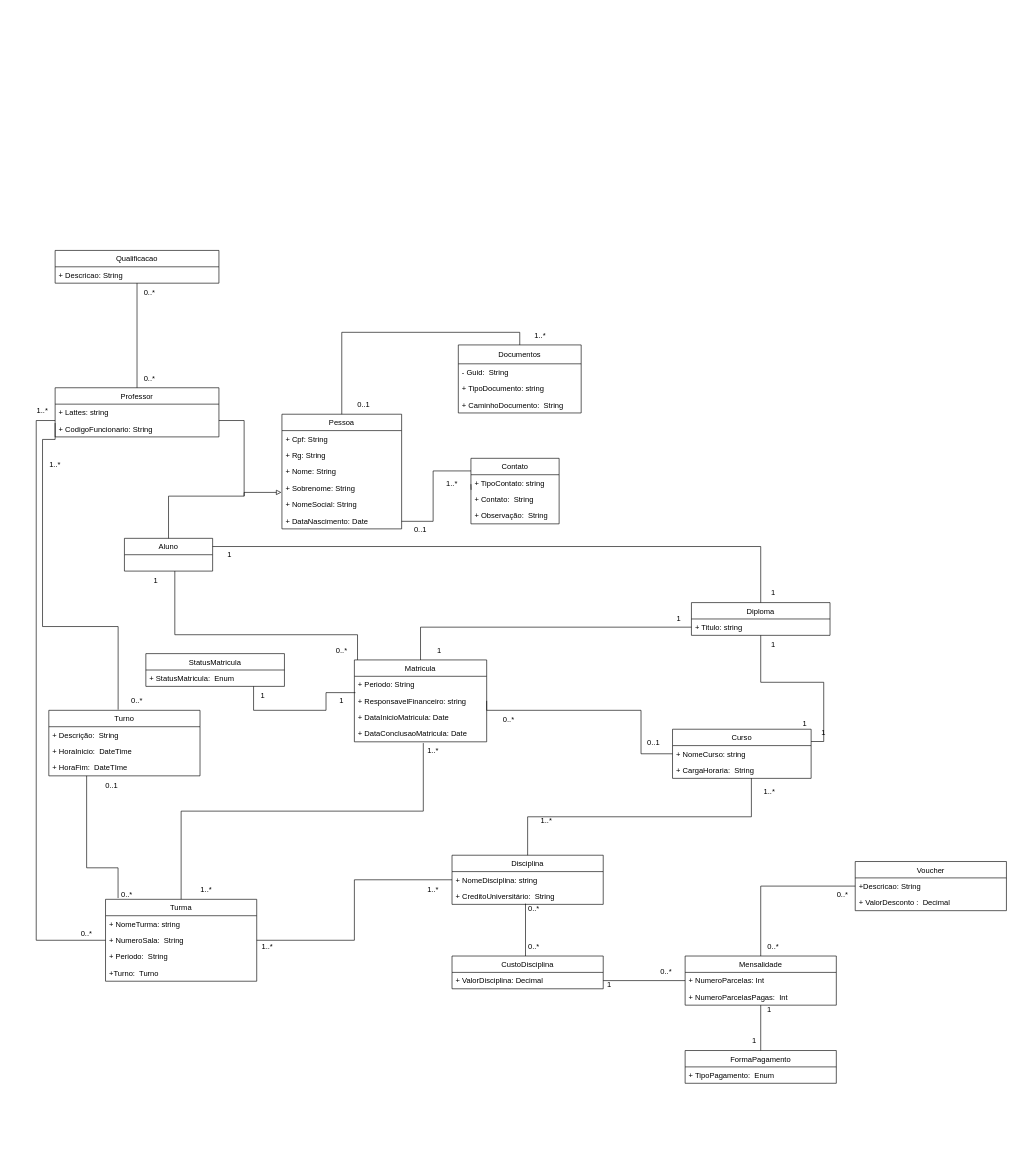
Earlier version of the draw.io diagram page "Page-2" (2 of 2) of CasoDeUso/Diagrama de caso de uso.drawio (EAbeier/Analise-e-Modelagem-de-Sistemas). Source tidied: cells renumbered, new cells numbered last; positions are measured from the earlier drawing's top-left corner, leaving out a move shared by most shapes. Both pictures are drawn from the tidied source at 63%, with x=0, y=0 at pixel (23, 250).
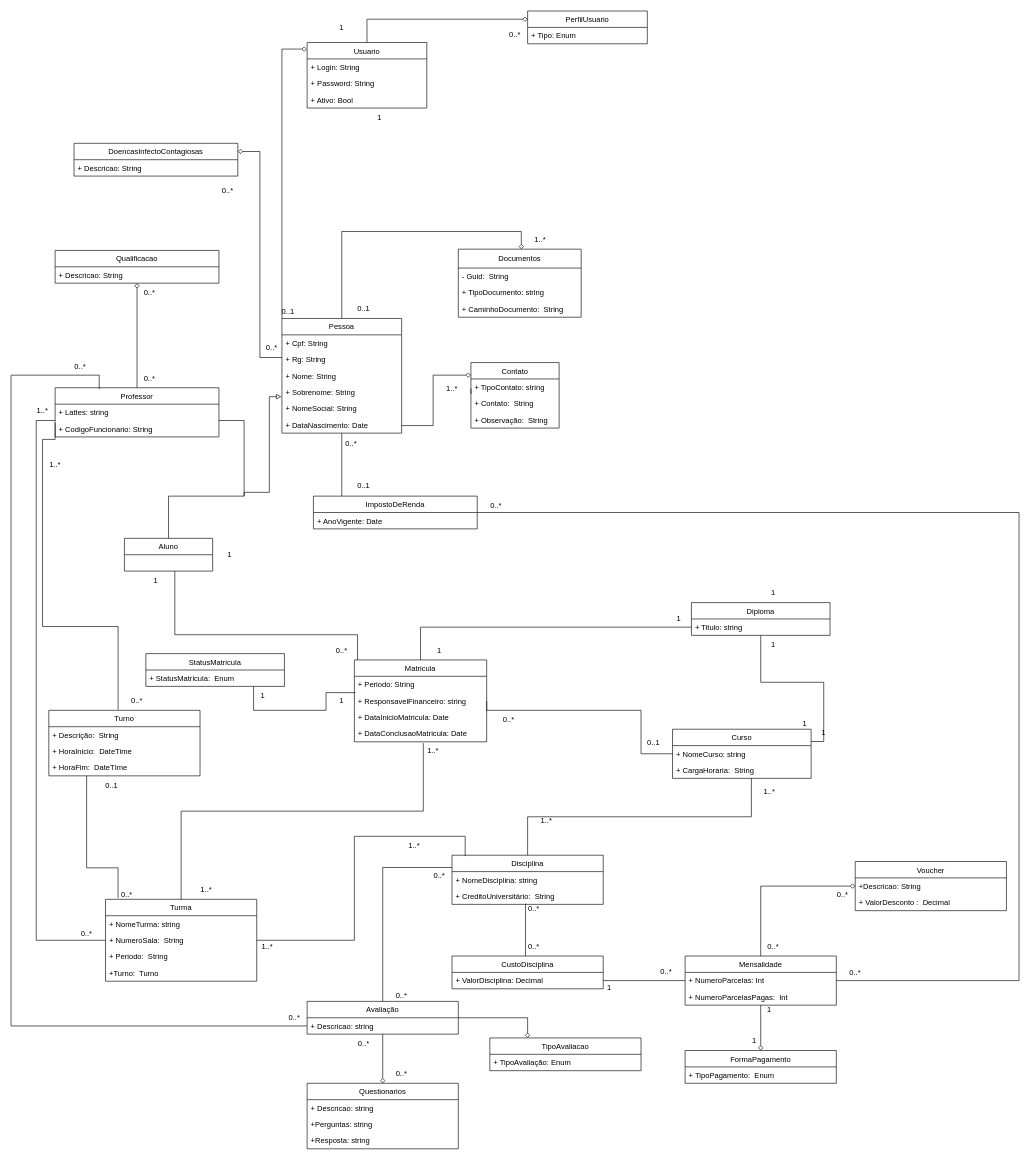
The same diagram, later.

Unchanged cells that the change refers to:
```xml
<mxCell id="7" value="+ Sobrenome: String" style="text;strokeColor=none;fillColor=none;align=left;verticalAlign=top;spacingLeft=4;spacingRight=4;overflow=hidden;points=[[0,0.5],[1,0.5]];portConstraint=eastwest;" parent="3" vertex="1">
  <mxGeometry y="104" width="190" height="26" as="geometry" />
</mxCell>
<mxCell id="11" value="Aluno" style="swimlane;fontStyle=0;horizontal=1;startSize=26;fillColor=none;" parent="1" vertex="1">
  <mxGeometry x="160" y="457" width="140" height="52" as="geometry" />
</mxCell>
<mxCell id="15" value="Professor" style="swimlane;fontStyle=0;horizontal=1;startSize=26;fillColor=none;" parent="1" vertex="1">
  <mxGeometry x="50" y="218" width="260" height="78" as="geometry" />
</mxCell>
<mxCell id="39" value="Disciplina" style="swimlane;fontStyle=0;horizontal=1;startSize=26;fillColor=none;" parent="1" vertex="1">
  <mxGeometry x="680" y="960" width="240" height="78" as="geometry" />
</mxCell>
<mxCell id="43" value="Turma" style="swimlane;fontStyle=0;horizontal=1;startSize=26;fillColor=none;" parent="1" vertex="1">
  <mxGeometry x="130" y="1030" width="240" height="130" as="geometry" />
</mxCell>
<mxCell id="82" value="Mensalidade" style="swimlane;fontStyle=0;horizontal=1;startSize=26;fillColor=none;" parent="1" vertex="1">
  <mxGeometry x="1050" y="1120" width="240" height="78" as="geometry" />
</mxCell>
<mxCell id="88" value="FormaPagamento" style="swimlane;fontStyle=0;horizontal=1;startSize=26;fillColor=none;" parent="1" vertex="1">
  <mxGeometry x="1050" y="1270" width="240" height="52" as="geometry" />
</mxCell>
<mxCell id="92" value="Qualificacao" style="swimlane;fontStyle=0;horizontal=1;startSize=26;fillColor=none;" parent="1" vertex="1">
  <mxGeometry x="50" width="260" height="52" as="geometry" />
</mxCell>
<mxCell id="97" value="+Descricao: String" style="text;strokeColor=none;fillColor=none;align=left;verticalAlign=top;spacingLeft=4;spacingRight=4;overflow=hidden;points=[[0,0.5],[1,0.5]];portConstraint=eastwest;" parent="96" vertex="1">
  <mxGeometry y="26" width="240" height="26" as="geometry" />
</mxCell>
<mxCell id="103" value="Diploma" style="swimlane;fontStyle=0;horizontal=1;startSize=26;fillColor=none;" parent="1" vertex="1">
  <mxGeometry x="1060" y="559" width="220" height="52" as="geometry" />
</mxCell>
```

The edit, as a diff of the source:
```diff
@@
+    <mxCell id="118" style="edgeStyle=orthogonalEdgeStyle;rounded=0;jettySize=auto;html=1;endArrow=none;endFill=0;" parent="1" edge="1" source="3" target="145">
+      <mxGeometry relative="1" as="geometry">
+        <Array as="points">
+          <mxPoint x="505" y="380" />
+          <mxPoint x="505" y="380" />
+        </Array>
+      </mxGeometry>
+    </mxCell>
+    <mxCell id="119" style="edgeStyle=orthogonalEdgeStyle;rounded=0;jettySize=auto;html=1;entryX=0;entryY=1;entryDx=0;entryDy=0;endArrow=diamond;endFill=0;" parent="1" edge="1" source="3" target="68">
+      <mxGeometry relative="1" as="geometry">
+        <Array as="points">
+          <mxPoint x="505" y="-30" />
+          <mxPoint x="790" y="-30" />
+        </Array>
+      </mxGeometry>
+    </mxCell>
+    <mxCell id="120" style="edgeStyle=orthogonalEdgeStyle;rounded=0;jettySize=auto;html=1;entryX=1;entryY=0.25;entryDx=0;entryDy=0;endArrow=diamond;endFill=0;" parent="1" edge="1" source="3" target="140">
+      <mxGeometry relative="1" as="geometry">
+        <Array as="points">
+          <mxPoint x="375" y="170" />
+          <mxPoint x="375" y="-157" />
+        </Array>
+      </mxGeometry>
+    </mxCell>
+    <mxCell id="121" style="edgeStyle=orthogonalEdgeStyle;rounded=0;jettySize=auto;html=1;entryX=-0.002;entryY=0.1;entryDx=0;entryDy=0;entryPerimeter=0;endArrow=diamond;endFill=0;" parent="1" edge="1" source="3" target="151">
+      <mxGeometry relative="1" as="geometry">
+        <Array as="points">
+          <mxPoint x="410" y="-320" />
+          <mxPoint x="450" y="-320" />
+        </Array>
+      </mxGeometry>
+    </mxCell>
     <mxCell id="3" value="Pessoa" style="swimlane;fontStyle=0;horizontal=1;startSize=26;fillColor=none;" parent="1" vertex="1">
-      <mxGeometry x="410" y="260" width="190" height="182" as="geometry" />
+      <mxGeometry x="410" y="108" width="190" height="182" as="geometry" />
     </mxCell>
@@
     <mxCell id="10" style="edgeStyle=orthogonalEdgeStyle;rounded=0;jettySize=auto;html=1;exitX=0.5;exitY=0;exitDx=0;exitDy=0;endArrow=block;endFill=0;entryX=-0.004;entryY=0.773;entryDx=0;entryDy=0;entryPerimeter=0;" parent="1" edge="1" source="11" target="7">
       <mxGeometry relative="1" as="geometry">
         <Array as="points">
+          <mxPoint x="230" y="390" />
           <mxPoint x="350" y="390" />
           <mxPoint x="350" y="384" />
+          <mxPoint x="390" y="384" />
+          <mxPoint x="390" y="232" />
         </Array>
       </mxGeometry>
     </mxCell>
@@
-    <mxCell id="14" style="edgeStyle=orthogonalEdgeStyle;rounded=0;jettySize=auto;html=1;endArrow=none;endFill=0;" parent="1" edge="1" source="15" target="92">
+    <mxCell id="14" style="edgeStyle=orthogonalEdgeStyle;rounded=0;jettySize=auto;html=1;endArrow=diamond;endFill=0;" parent="1" edge="1" source="15" target="92">
       <mxGeometry relative="1" as="geometry" />
     </mxCell>
@@
     <mxCell id="18" value="Contato" style="swimlane;fontStyle=0;horizontal=1;startSize=26;fillColor=none;" parent="1" vertex="1">
-      <mxGeometry x="710" y="330" width="140" height="104" as="geometry" />
+      <mxGeometry x="710" y="178" width="140" height="104" as="geometry" />
     </mxCell>
@@
-    <mxCell id="22" style="edgeStyle=orthogonalEdgeStyle;rounded=0;jettySize=auto;html=1;startArrow=none;startFill=0;endArrow=none;endFill=0;exitX=0.5;exitY=0;exitDx=0;exitDy=0;" parent="1" edge="1" source="23" target="3">
-      <mxGeometry relative="1" as="geometry" />
-    </mxCell>
     <mxCell id="23" value="Documentos" style="swimlane;fontStyle=0;horizontal=1;startSize=30;fillColor=none;" parent="1" vertex="1">
-      <mxGeometry x="690" y="150" width="195" height="108" as="geometry" />
+      <mxGeometry x="690" y="-2" width="195" height="108" as="geometry" />
     </mxCell>
@@
-    <mxCell id="42" style="edgeStyle=orthogonalEdgeStyle;rounded=0;jettySize=auto;html=1;endArrow=none;endFill=0;" parent="1" edge="1" source="43" target="39">
-      <mxGeometry relative="1" as="geometry" />
+    <mxCell id="42" style="edgeStyle=orthogonalEdgeStyle;rounded=0;jettySize=auto;html=1;endArrow=none;endFill=0;entryX=0.087;entryY=0.019;entryDx=0;entryDy=0;entryPerimeter=0;" parent="1" edge="1" source="43" target="39">
+      <mxGeometry relative="1" as="geometry">
+        <Array as="points">
+          <mxPoint x="525" y="1095" />
+          <mxPoint x="525" y="930" />
+          <mxPoint x="701" y="930" />
+        </Array>
+      </mxGeometry>
     </mxCell>
@@
     <mxCell id="55" value="1..*" style="text;html=1;strokeColor=none;fillColor=none;align=center;verticalAlign=middle;whiteSpace=wrap;rounded=0;" parent="1" vertex="1">
-      <mxGeometry x="620" y="1000" width="60" height="30" as="geometry" />
+      <mxGeometry x="590" y="930" width="60" height="30" as="geometry" />
     </mxCell>
@@
     <mxCell id="67" value="0..1" style="text;html=1;strokeColor=none;fillColor=none;align=center;verticalAlign=middle;whiteSpace=wrap;rounded=0;" parent="1" vertex="1">
-      <mxGeometry x="600" y="427" width="60" height="33" as="geometry" />
+      <mxGeometry x="510" y="357" width="60" height="33" as="geometry" />
     </mxCell>
     <mxCell id="68" value="1..*" style="text;html=1;strokeColor=none;fillColor=none;align=center;verticalAlign=middle;whiteSpace=wrap;rounded=0;" parent="1" vertex="1">
-      <mxGeometry x="790" y="120" width="60" height="30" as="geometry" />
+      <mxGeometry x="790" y="-32" width="60" height="30" as="geometry" />
     </mxCell>
     <mxCell id="69" value="0..1" style="text;html=1;strokeColor=none;fillColor=none;align=center;verticalAlign=middle;whiteSpace=wrap;rounded=0;" parent="1" vertex="1">
-      <mxGeometry x="510" y="230" width="60" height="30" as="geometry" />
+      <mxGeometry x="510" y="78" width="60" height="30" as="geometry" />
     </mxCell>
     <mxCell id="70" value="1..*" style="text;html=1;strokeColor=none;fillColor=none;align=center;verticalAlign=middle;whiteSpace=wrap;rounded=0;" parent="1" vertex="1">
-      <mxGeometry x="650" y="356" width="60" height="30" as="geometry" />
+      <mxGeometry x="650" y="204" width="60" height="30" as="geometry" />
     </mxCell>
-    <mxCell id="71" style="edgeStyle=orthogonalEdgeStyle;rounded=0;jettySize=auto;html=1;startArrow=none;startFill=0;endArrow=none;endFill=0;" parent="1" edge="1" source="3" target="18">
+    <mxCell id="71" style="edgeStyle=orthogonalEdgeStyle;rounded=0;jettySize=auto;html=1;startArrow=none;startFill=0;endArrow=diamond;endFill=0;" parent="1" edge="1" source="3" target="18">
       <mxGeometry relative="1" as="geometry">
         <Array as="points">
-          <mxPoint x="650" y="430" />
-          <mxPoint x="650" y="350" />
+          <mxPoint x="650" y="278" />
+          <mxPoint x="650" y="198" />
         </Array>
       </mxGeometry>
     </mxCell>
@@
-    <mxCell id="80" style="edgeStyle=orthogonalEdgeStyle;rounded=0;jettySize=auto;html=1;entryX=0.5;entryY=0;entryDx=0;entryDy=0;endArrow=none;endFill=0;" parent="1" edge="1" source="82" target="88">
+    <mxCell id="80" style="edgeStyle=orthogonalEdgeStyle;rounded=0;jettySize=auto;html=1;entryX=0.5;entryY=0;entryDx=0;entryDy=0;endArrow=diamond;endFill=0;" parent="1" edge="1" source="82" target="88">
       <mxGeometry relative="1" as="geometry" />
     </mxCell>
-    <mxCell id="81" style="edgeStyle=orthogonalEdgeStyle;rounded=0;jettySize=auto;html=1;endArrow=none;endFill=0;" parent="1" edge="1" source="82" target="97">
+    <mxCell id="81" style="edgeStyle=orthogonalEdgeStyle;rounded=0;jettySize=auto;html=1;endArrow=diamond;endFill=0;" parent="1" edge="1" source="82" target="97">
       <mxGeometry relative="1" as="geometry" />
     </mxCell>
@@
     <mxCell id="87" value="1" style="text;html=1;strokeColor=none;fillColor=none;align=center;verticalAlign=middle;whiteSpace=wrap;rounded=0;" parent="1" vertex="1">
-      <mxGeometry x="900" y="1150" width="60" height="30" as="geometry" />
+      <mxGeometry x="900" y="1155" width="60" height="30" as="geometry" />
     </mxCell>
@@
-    <mxCell id="102" style="edgeStyle=orthogonalEdgeStyle;rounded=0;jettySize=auto;html=1;endArrow=none;endFill=0;entryX=1;entryY=0.25;entryDx=0;entryDy=0;" parent="1" edge="1" source="103" target="11">
-      <mxGeometry relative="1" as="geometry">
-        <Array as="points">
-          <mxPoint x="1170" y="470" />
-        </Array>
-      </mxGeometry>
-    </mxCell>
@@
+    <mxCell id="122" style="edgeStyle=orthogonalEdgeStyle;rounded=0;jettySize=auto;html=1;entryX=0;entryY=0.25;entryDx=0;entryDy=0;endArrow=none;endFill=0;" parent="1" edge="1" source="125" target="39">
+      <mxGeometry relative="1" as="geometry" />
+    </mxCell>
+    <mxCell id="123" style="edgeStyle=orthogonalEdgeStyle;rounded=0;jettySize=auto;html=1;endArrow=diamond;endFill=0;" parent="1" edge="1" source="125" target="129">
+      <mxGeometry relative="1" as="geometry" />
+    </mxCell>
+    <mxCell id="124" style="edgeStyle=orthogonalEdgeStyle;rounded=0;jettySize=auto;html=1;endArrow=diamond;endFill=0;entryX=0.25;entryY=0;entryDx=0;entryDy=0;" parent="1" edge="1" source="125" target="133">
+      <mxGeometry relative="1" as="geometry" />
+    </mxCell>
+    <mxCell id="125" value="Avaliação" style="swimlane;fontStyle=0;horizontal=1;startSize=26;fillColor=none;" parent="1" vertex="1">
+      <mxGeometry x="450" y="1192" width="240" height="52" as="geometry" />
+    </mxCell>
+    <mxCell id="126" value="+ Descricao: string" style="text;strokeColor=none;fillColor=none;align=left;verticalAlign=top;spacingLeft=4;spacingRight=4;overflow=hidden;points=[[0,0.5],[1,0.5]];portConstraint=eastwest;" parent="125" vertex="1">
+      <mxGeometry y="26" width="240" height="26" as="geometry" />
+    </mxCell>
+    <mxCell id="127" value="0..*" style="text;html=1;strokeColor=none;fillColor=none;align=center;verticalAlign=middle;whiteSpace=wrap;rounded=0;" parent="1" vertex="1">
+      <mxGeometry x="630" y="978" width="60" height="30" as="geometry" />
+    </mxCell>
+    <mxCell id="128" value="0..*" style="text;html=1;strokeColor=none;fillColor=none;align=center;verticalAlign=middle;whiteSpace=wrap;rounded=0;" parent="1" vertex="1">
+      <mxGeometry x="570" y="1168" width="60" height="30" as="geometry" />
+    </mxCell>
+    <mxCell id="129" value="Questionarios" style="swimlane;fontStyle=0;horizontal=1;startSize=26;fillColor=none;" parent="1" vertex="1">
+      <mxGeometry x="450" y="1322" width="240" height="104" as="geometry" />
+    </mxCell>
+    <mxCell id="130" value="+ Descricao: string" style="text;strokeColor=none;fillColor=none;align=left;verticalAlign=top;spacingLeft=4;spacingRight=4;overflow=hidden;" parent="129" vertex="1">
+      <mxGeometry y="26" width="240" height="26" as="geometry" />
+    </mxCell>
+    <mxCell id="131" value="+Perguntas: string" style="text;strokeColor=none;fillColor=none;align=left;verticalAlign=top;spacingLeft=4;spacingRight=4;overflow=hidden;" parent="129" vertex="1">
+      <mxGeometry y="52" width="240" height="26" as="geometry" />
+    </mxCell>
+    <mxCell id="132" value="+Resposta: string" style="text;strokeColor=none;fillColor=none;align=left;verticalAlign=top;spacingLeft=4;spacingRight=4;overflow=hidden;" parent="129" vertex="1">
+      <mxGeometry y="78" width="240" height="26" as="geometry" />
+    </mxCell>
+    <mxCell id="133" value="TipoAvaliacao" style="swimlane;fontStyle=0;horizontal=1;startSize=26;fillColor=none;" parent="1" vertex="1">
+      <mxGeometry x="740" y="1250" width="240" height="52" as="geometry" />
+    </mxCell>
+    <mxCell id="134" value="+ TipoAvaliação: Enum" style="text;strokeColor=none;fillColor=none;align=left;verticalAlign=top;spacingLeft=4;spacingRight=4;overflow=hidden;" parent="133" vertex="1">
+      <mxGeometry y="26" width="240" height="26" as="geometry" />
+    </mxCell>
+    <mxCell id="135" value="0..*" style="text;html=1;strokeColor=none;fillColor=none;align=center;verticalAlign=middle;whiteSpace=wrap;rounded=0;" parent="1" vertex="1">
+      <mxGeometry x="570" y="1292" width="60" height="30" as="geometry" />
+    </mxCell>
+    <mxCell id="136" value="0..*" style="text;html=1;strokeColor=none;fillColor=none;align=center;verticalAlign=middle;whiteSpace=wrap;rounded=0;" parent="1" vertex="1">
+      <mxGeometry x="510" y="1244" width="60" height="30" as="geometry" />
+    </mxCell>
+    <mxCell id="137" value="0..*" style="text;html=1;strokeColor=none;fillColor=none;align=center;verticalAlign=middle;whiteSpace=wrap;rounded=0;" parent="1" vertex="1">
+      <mxGeometry x="400" y="1203" width="60" height="30" as="geometry" />
+    </mxCell>
+    <mxCell id="138" value="0..*" style="text;html=1;strokeColor=none;fillColor=none;align=center;verticalAlign=middle;whiteSpace=wrap;rounded=0;" parent="1" vertex="1">
+      <mxGeometry x="60" y="170" width="60" height="30" as="geometry" />
+    </mxCell>
+    <mxCell id="139" style="edgeStyle=orthogonalEdgeStyle;rounded=0;jettySize=auto;html=1;endArrow=none;endFill=0;" parent="1" edge="1" source="126">
+      <mxGeometry relative="1" as="geometry">
+        <mxPoint x="120" y="220" as="targetPoint" />
+        <Array as="points">
+          <mxPoint x="-20" y="1231" />
+          <mxPoint x="-20" y="198" />
+        </Array>
+      </mxGeometry>
+    </mxCell>
+    <mxCell id="140" value="DoencasInfectoContagiosas" style="swimlane;fontStyle=0;horizontal=1;startSize=26;fillColor=none;" parent="1" vertex="1">
+      <mxGeometry x="80" y="-170" width="260" height="52" as="geometry" />
+    </mxCell>
+    <mxCell id="141" value="+ Descricao: String" style="text;strokeColor=none;fillColor=none;align=left;verticalAlign=top;spacingLeft=4;spacingRight=4;overflow=hidden;" parent="140" vertex="1">
+      <mxGeometry y="26" width="260" height="26" as="geometry" />
+    </mxCell>
+    <mxCell id="142" value="0..*" style="text;html=1;strokeColor=none;fillColor=none;align=center;verticalAlign=middle;whiteSpace=wrap;rounded=0;" parent="1" vertex="1">
+      <mxGeometry x="364" y="140" width="60" height="30" as="geometry" />
+    </mxCell>
+    <mxCell id="143" value="0..*" style="text;html=1;strokeColor=none;fillColor=none;align=center;verticalAlign=middle;whiteSpace=wrap;rounded=0;" parent="1" vertex="1">
+      <mxGeometry x="294" y="-110" width="60" height="30" as="geometry" />
+    </mxCell>
+    <mxCell id="144" style="edgeStyle=orthogonalEdgeStyle;rounded=0;jettySize=auto;html=1;endArrow=none;endFill=0;" parent="1" edge="1" source="145" target="82">
+      <mxGeometry relative="1" as="geometry">
+        <Array as="points">
+          <mxPoint x="1580" y="416" />
+          <mxPoint x="1580" y="1159" />
+        </Array>
+      </mxGeometry>
+    </mxCell>
+    <mxCell id="145" value="ImpostoDeRenda" style="swimlane;fontStyle=0;horizontal=1;startSize=26;fillColor=none;" parent="1" vertex="1">
+      <mxGeometry x="460" y="390" width="260" height="52" as="geometry" />
+    </mxCell>
+    <mxCell id="146" value="+ AnoVigente: Date" style="text;strokeColor=none;fillColor=none;align=left;verticalAlign=top;spacingLeft=4;spacingRight=4;overflow=hidden;" parent="145" vertex="1">
+      <mxGeometry y="26" width="260" height="26" as="geometry" />
+    </mxCell>
+    <mxCell id="147" value="0..*" style="text;html=1;strokeColor=none;fillColor=none;align=center;verticalAlign=middle;whiteSpace=wrap;rounded=0;" parent="1" vertex="1">
+      <mxGeometry x="490" y="290" width="60" height="33" as="geometry" />
+    </mxCell>
+    <mxCell id="148" value="0..*" style="text;html=1;strokeColor=none;fillColor=none;align=center;verticalAlign=middle;whiteSpace=wrap;rounded=0;" parent="1" vertex="1">
+      <mxGeometry x="720" y="390" width="60" height="30" as="geometry" />
+    </mxCell>
+    <mxCell id="149" value="0..*" style="text;html=1;strokeColor=none;fillColor=none;align=center;verticalAlign=middle;whiteSpace=wrap;rounded=0;" parent="1" vertex="1">
+      <mxGeometry x="1290" y="1131" width="60" height="30" as="geometry" />
+    </mxCell>
+    <mxCell id="150" style="edgeStyle=orthogonalEdgeStyle;rounded=0;jettySize=auto;html=1;entryX=0;entryY=0.25;entryDx=0;entryDy=0;endArrow=diamond;endFill=0;" parent="1" edge="1" source="151" target="157">
+      <mxGeometry relative="1" as="geometry">
+        <Array as="points">
+          <mxPoint x="545" y="-367" />
+        </Array>
+      </mxGeometry>
+    </mxCell>
+    <mxCell id="151" value="Usuario" style="swimlane;fontStyle=0;horizontal=1;startSize=26;fillColor=none;" parent="1" vertex="1">
+      <mxGeometry x="450" y="-330" width="190" height="104" as="geometry" />
+    </mxCell>
+    <mxCell id="152" value="+ Login: String" style="text;strokeColor=none;fillColor=none;align=left;verticalAlign=top;spacingLeft=4;spacingRight=4;overflow=hidden;" parent="151" vertex="1">
+      <mxGeometry y="26" width="190" height="26" as="geometry" />
+    </mxCell>
+    <mxCell id="153" value="+ Password: String" style="text;strokeColor=none;fillColor=none;align=left;verticalAlign=top;spacingLeft=4;spacingRight=4;overflow=hidden;" parent="151" vertex="1">
+      <mxGeometry y="52" width="190" height="26" as="geometry" />
+    </mxCell>
+    <mxCell id="154" value="+ Ativo: Bool" style="text;strokeColor=none;fillColor=none;align=left;verticalAlign=top;spacingLeft=4;spacingRight=4;overflow=hidden;" parent="151" vertex="1">
+      <mxGeometry y="78" width="190" height="26" as="geometry" />
+    </mxCell>
+    <mxCell id="155" value="0..1" style="text;html=1;strokeColor=none;fillColor=none;align=center;verticalAlign=middle;whiteSpace=wrap;rounded=0;" parent="1" vertex="1">
+      <mxGeometry x="390" y="82" width="60" height="30" as="geometry" />
+    </mxCell>
+    <mxCell id="156" value="1" style="text;html=1;strokeColor=none;fillColor=none;align=center;verticalAlign=middle;whiteSpace=wrap;rounded=0;" parent="1" vertex="1">
+      <mxGeometry x="535" y="-226" width="60" height="30" as="geometry" />
+    </mxCell>
+    <mxCell id="157" value="PerfilUsuario" style="swimlane;fontStyle=0;horizontal=1;startSize=26;fillColor=none;" parent="1" vertex="1">
+      <mxGeometry x="800" y="-380" width="190" height="52" as="geometry" />
+    </mxCell>
+    <mxCell id="158" value="+ Tipo: Enum" style="text;strokeColor=none;fillColor=none;align=left;verticalAlign=top;spacingLeft=4;spacingRight=4;overflow=hidden;" parent="157" vertex="1">
+      <mxGeometry y="26" width="190" height="26" as="geometry" />
+    </mxCell>
+    <mxCell id="159" value="1" style="text;html=1;strokeColor=none;fillColor=none;align=center;verticalAlign=middle;whiteSpace=wrap;rounded=0;" parent="1" vertex="1">
+      <mxGeometry x="475" y="-369" width="60" height="30" as="geometry" />
+    </mxCell>
+    <mxCell id="160" value="0..*" style="text;html=1;strokeColor=none;fillColor=none;align=center;verticalAlign=middle;whiteSpace=wrap;rounded=0;" parent="1" vertex="1">
+      <mxGeometry x="750" y="-358" width="60" height="30" as="geometry" />
+    </mxCell>
```
